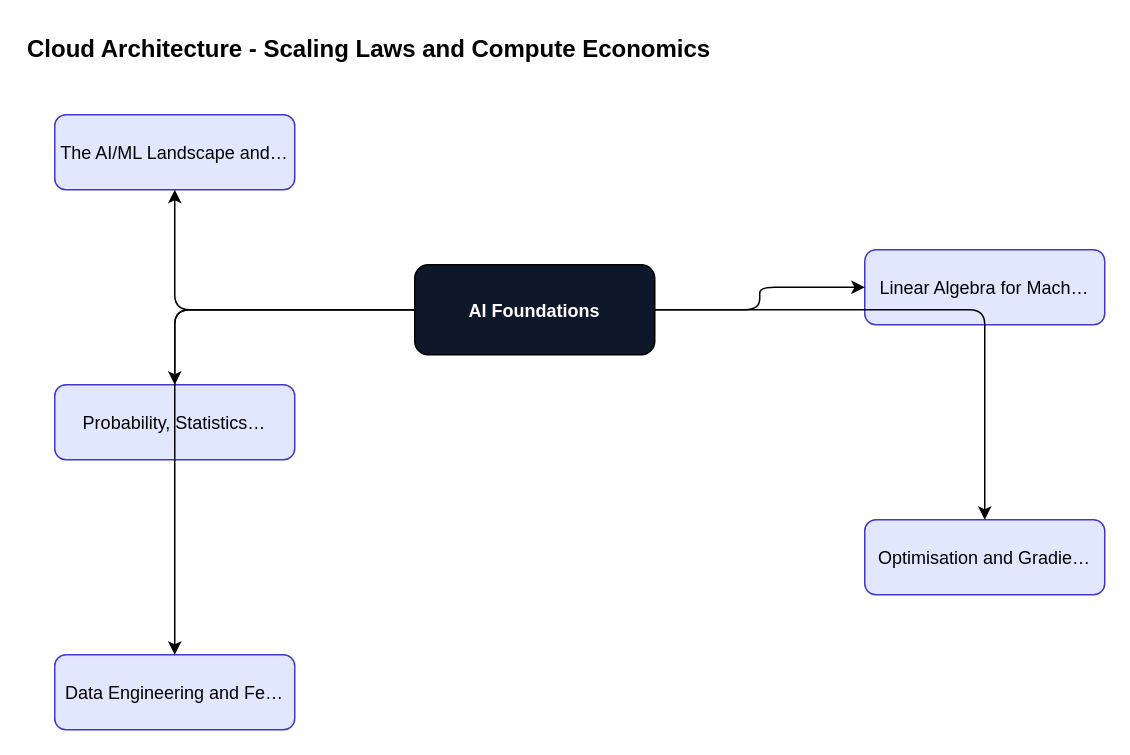
ankit05121980/AI-University keeps this draw.io diagram as content/ai-foundations/ai-foundations-foundations/diagrams/fig-017-cloud-architecture.drawio. Above is the earlier version. Source tidied: cells renumbered, new cells numbered last; positions are measured from the earlier drawing's top-left corner, leaving out a move shared by most shapes. Both pictures are drawn from the tidied source at 150%, with x=0, y=0 at pixel (24, 24).
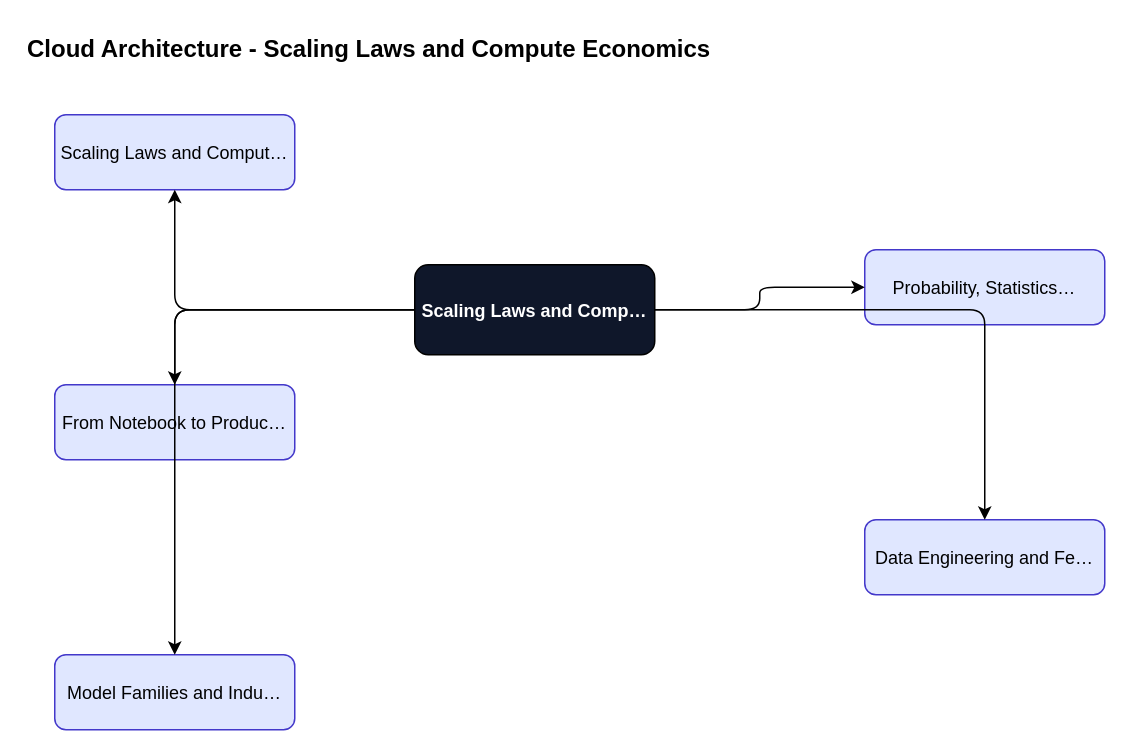
After the change.

Change to the diagram source:
```diff
@@
 <mxGraphModel>
   <root>
     <mxCell id="0" />
     <mxCell id="1" parent="0" />
     <mxCell id="2" value="Cloud Architecture - Scaling Laws and Compute Economics" style="text;fontSize=16;fontStyle=1;" parent="1" vertex="1">
       <mxGeometry width="600" height="30" as="geometry" />
     </mxCell>
-    <mxCell id="3" value="AI Foundations" style="rounded=1;fillColor=#0f172a;fontColor=#ffffff;fontStyle=1;" parent="1" vertex="1">
+    <mxCell id="3" value="Scaling Laws and Comp…" style="rounded=1;fillColor=#0f172a;fontColor=#ffffff;fontStyle=1;" parent="1" vertex="1">
       <mxGeometry x="260" y="160" width="160" height="60" as="geometry" />
     </mxCell>
-    <mxCell id="4" value="The AI/ML Landscape and…" style="rounded=1;fillColor=#e0e7ff;strokeColor=#4338ca;" parent="1" vertex="1">
+    <mxCell id="4" value="Scaling Laws and Comput…" style="rounded=1;fillColor=#e0e7ff;strokeColor=#4338ca;" parent="1" vertex="1">
       <mxGeometry x="20" y="60" width="160" height="50" as="geometry" />
     </mxCell>
     <mxCell id="5" style="edgeStyle=orthogonalEdgeStyle;" parent="1" edge="1" source="3" target="4">
       <mxGeometry relative="1" as="geometry" />
     </mxCell>
-    <mxCell id="6" value="Linear Algebra for Mach…" style="rounded=1;fillColor=#e0e7ff;strokeColor=#4338ca;" parent="1" vertex="1">
+    <mxCell id="6" value="Probability, Statistics…" style="rounded=1;fillColor=#e0e7ff;strokeColor=#4338ca;" parent="1" vertex="1">
       <mxGeometry x="560" y="150" width="160" height="50" as="geometry" />
     </mxCell>
     <mxCell id="7" style="edgeStyle=orthogonalEdgeStyle;" parent="1" edge="1" source="3" target="6">
       <mxGeometry relative="1" as="geometry" />
     </mxCell>
-    <mxCell id="8" value="Probability, Statistics…" style="rounded=1;fillColor=#e0e7ff;strokeColor=#4338ca;" parent="1" vertex="1">
+    <mxCell id="8" value="From Notebook to Produc…" style="rounded=1;fillColor=#e0e7ff;strokeColor=#4338ca;" parent="1" vertex="1">
       <mxGeometry x="20" y="240" width="160" height="50" as="geometry" />
     </mxCell>
     <mxCell id="9" style="edgeStyle=orthogonalEdgeStyle;" parent="1" edge="1" source="3" target="8">
       <mxGeometry relative="1" as="geometry" />
     </mxCell>
-    <mxCell id="10" value="Optimisation and Gradie…" style="rounded=1;fillColor=#e0e7ff;strokeColor=#4338ca;" parent="1" vertex="1">
+    <mxCell id="10" value="Data Engineering and Fe…" style="rounded=1;fillColor=#e0e7ff;strokeColor=#4338ca;" parent="1" vertex="1">
       <mxGeometry x="560" y="330" width="160" height="50" as="geometry" />
     </mxCell>
     <mxCell id="11" style="edgeStyle=orthogonalEdgeStyle;" parent="1" edge="1" source="3" target="10">
       <mxGeometry relative="1" as="geometry" />
     </mxCell>
-    <mxCell id="12" value="Data Engineering and Fe…" style="rounded=1;fillColor=#e0e7ff;strokeColor=#4338ca;" parent="1" vertex="1">
+    <mxCell id="12" value="Model Families and Indu…" style="rounded=1;fillColor=#e0e7ff;strokeColor=#4338ca;" parent="1" vertex="1">
       <mxGeometry x="20" y="420" width="160" height="50" as="geometry" />
     </mxCell>
     <mxCell id="13" style="edgeStyle=orthogonalEdgeStyle;" parent="1" edge="1" source="3" target="12">
       <mxGeometry relative="1" as="geometry" />
     </mxCell>
   </root>
 </mxGraphModel>
```
